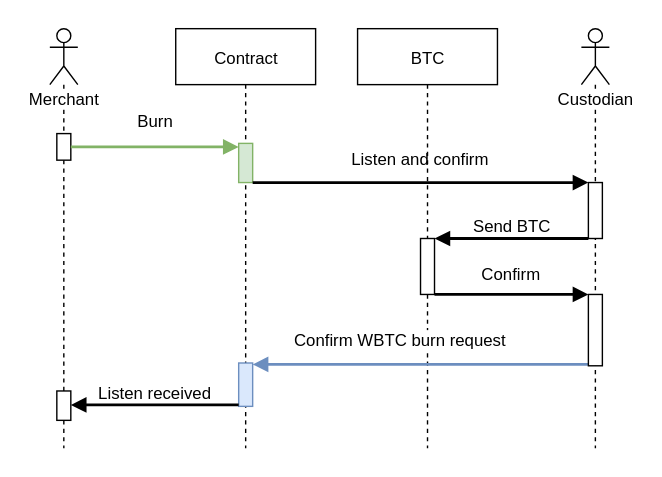
The draw.io diagram res/wbtc-burn-flow.svg in SegueII/wbtc-share, before a commit. Source tidied: cells renumbered, new cells last; positions are measured from the earlier drawing's top-left corner, leaving out a move shared by most shapes. Its diagram source:
```xml
<mxGraphModel background="#ffffff">
  <root>
    <mxCell id="0" />
    <mxCell id="1" parent="0" />
    <mxCell id="2" value="Contract" style="html=1;perimeter=orthogonalPerimeter;shape=umlLifeline;participant=label;fontFamily=Helvetica;fontSize=12;fontColor=#000000;align=center;strokeColor=#000000;strokeWidth=1;fillColor=#ffffff;" parent="1" vertex="1">
      <mxGeometry x="90" width="100" height="300" as="geometry" />
    </mxCell>
    <mxCell id="3" style="html=1;points=[];perimeter=orthogonalPerimeter;strokeWidth=1;fillColor=#d5e8d4;fontSize=12;strokeColor=#82b366;" parent="2" vertex="1">
      <mxGeometry x="45" y="82" width="10" height="28" as="geometry" />
    </mxCell>
    <mxCell id="4" style="html=1;points=[];perimeter=orthogonalPerimeter;strokeWidth=1;fillColor=#dae8fc;fontSize=12;strokeColor=#6c8ebf;" parent="2" vertex="1">
      <mxGeometry x="45" y="239" width="10" height="31" as="geometry" />
    </mxCell>
    <mxCell id="5" value="Merchant" style="shape=umlLifeline;participant=umlActor;perimeter=lifelinePerimeter;whiteSpace=wrap;html=1;verticalAlign=top;spacingTop=36;labelBackgroundColor=#ffffff;strokeWidth=1;fontSize=12;" parent="1" vertex="1">
      <mxGeometry width="20" height="300" as="geometry" />
    </mxCell>
    <mxCell id="6" style="html=1;points=[];perimeter=orthogonalPerimeter;strokeWidth=1;fillColor=#ffffff;fontSize=12;" parent="5" vertex="1">
      <mxGeometry x="5" y="75" width="10" height="19" as="geometry" />
    </mxCell>
    <mxCell id="7" style="html=1;perimeter=orthogonalPerimeter;strokeWidth=1;fillColor=#ffffff;fontSize=12;" parent="5" vertex="1">
      <mxGeometry x="5" y="259" width="10" height="21" as="geometry" />
    </mxCell>
    <mxCell id="8" value="Custodian" style="shape=umlLifeline;participant=umlActor;perimeter=lifelinePerimeter;whiteSpace=wrap;html=1;verticalAlign=top;spacingTop=36;labelBackgroundColor=#ffffff;strokeWidth=1;fontSize=12;" parent="1" vertex="1">
      <mxGeometry x="380" width="20" height="300" as="geometry" />
    </mxCell>
    <mxCell id="9" style="html=1;points=[];perimeter=orthogonalPerimeter;strokeWidth=1;fillColor=#ffffff;fontSize=12;" parent="8" vertex="1">
      <mxGeometry x="5" y="110" width="10" height="40" as="geometry" />
    </mxCell>
    <mxCell id="10" value="Burn" style="html=1;verticalAlign=bottom;endArrow=block;fontSize=12;fillColor=#d5e8d4;strokeColor=#82b366;strokeWidth=2;" parent="1" edge="1" source="6" target="3">
      <mxGeometry y="11" relative="1" as="geometry">
        <mxPoint y="1" as="offset" />
      </mxGeometry>
    </mxCell>
    <mxCell id="11" value="Listen and confirm" style="html=1;verticalAlign=bottom;endArrow=block;fontSize=12;strokeWidth=2;" parent="1" edge="1" source="3" target="9">
      <mxGeometry y="8" relative="1" as="geometry" />
    </mxCell>
    <mxCell id="12" value="BTC" style="shape=umlLifeline;perimeter=lifelinePerimeter;whiteSpace=wrap;html=1;strokeWidth=1;fillColor=none;fontSize=12;" parent="1" vertex="1">
      <mxGeometry x="220" width="100" height="300" as="geometry" />
    </mxCell>
    <mxCell id="13" style="html=1;points=[];perimeter=orthogonalPerimeter;strokeWidth=1;fillColor=#ffffff;fontSize=12;" parent="12" vertex="1">
      <mxGeometry x="45" y="150" width="10" height="40" as="geometry" />
    </mxCell>
    <mxCell id="14" value="Send BTC" style="html=1;verticalAlign=bottom;endArrow=block;fontSize=12;strokeWidth=2;" parent="1" edge="1" source="9" target="13">
      <mxGeometry relative="1" as="geometry">
        <Array as="points">
          <mxPoint x="320" y="150" />
        </Array>
      </mxGeometry>
    </mxCell>
    <mxCell id="15" value="Confirm WBTC burn&amp;nbsp;request" style="html=1;verticalAlign=bottom;endArrow=block;fontSize=12;fillColor=#dae8fc;strokeColor=#6c8ebf;strokeWidth=2;" parent="1" edge="1" source="16" target="4">
      <mxGeometry x="0.12" y="-9" relative="1" as="geometry">
        <Array as="points">
          <mxPoint x="270" y="240" />
        </Array>
      </mxGeometry>
    </mxCell>
    <mxCell id="16" style="html=1;points=[];perimeter=orthogonalPerimeter;strokeWidth=1;fillColor=#ffffff;fontSize=12;" parent="1" vertex="1">
      <mxGeometry x="385" y="190" width="10" height="51" as="geometry" />
    </mxCell>
    <mxCell id="17" value="Confirm" style="html=1;verticalAlign=bottom;endArrow=block;fontSize=12;strokeWidth=2;" parent="1" edge="1" source="13" target="16">
      <mxGeometry y="6" relative="1" as="geometry" />
    </mxCell>
    <mxCell id="18" value="Listen received" style="html=1;verticalAlign=bottom;endArrow=block;fontSize=12;strokeWidth=2;" parent="1" edge="1">
      <mxGeometry relative="1" as="geometry">
        <mxPoint x="135" y="269" as="sourcePoint" />
        <mxPoint x="15" y="269" as="targetPoint" />
        <Array as="points">
          <mxPoint x="80" y="269" />
        </Array>
      </mxGeometry>
    </mxCell>
  </root>
</mxGraphModel>
```
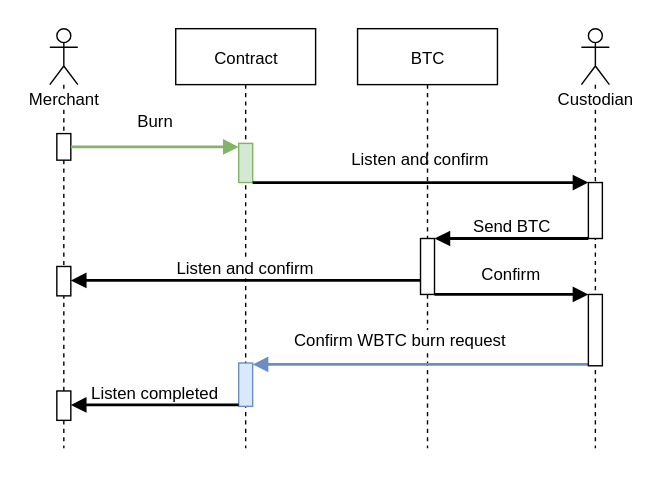
The same diagram one commit later.

The edit, as a diff of the source:
```diff
@@ -20,6 +20,9 @@
     <mxCell id="7" style="html=1;perimeter=orthogonalPerimeter;strokeWidth=1;fillColor=#ffffff;fontSize=12;" parent="5" vertex="1">
       <mxGeometry x="5" y="259" width="10" height="21" as="geometry" />
     </mxCell>
+    <mxCell id="19" style="html=1;points=[];perimeter=orthogonalPerimeter;strokeWidth=1;fillColor=#ffffff;fontSize=12;" parent="5" vertex="1">
+      <mxGeometry x="5" y="170" width="10" height="21" as="geometry" />
+    </mxCell>
     <mxCell id="8" value="Custodian" style="shape=umlLifeline;participant=umlActor;perimeter=lifelinePerimeter;whiteSpace=wrap;html=1;verticalAlign=top;spacingTop=36;labelBackgroundColor=#ffffff;strokeWidth=1;fontSize=12;" parent="1" vertex="1">
       <mxGeometry x="380" width="20" height="300" as="geometry" />
     </mxCell>
@@ -60,14 +63,18 @@
     <mxCell id="17" value="Confirm" style="html=1;verticalAlign=bottom;endArrow=block;fontSize=12;strokeWidth=2;" parent="1" edge="1" source="13" target="16">
       <mxGeometry y="6" relative="1" as="geometry" />
     </mxCell>
-    <mxCell id="18" value="Listen received" style="html=1;verticalAlign=bottom;endArrow=block;fontSize=12;strokeWidth=2;" parent="1" edge="1">
+    <mxCell id="18" value="Listen completed" style="html=1;verticalAlign=bottom;endArrow=block;fontSize=12;strokeWidth=2;" parent="1" edge="1">
       <mxGeometry relative="1" as="geometry">
         <mxPoint x="135" y="269" as="sourcePoint" />
         <mxPoint x="15" y="269" as="targetPoint" />
-        <Array as="points">
-          <mxPoint x="80" y="269" />
-        </Array>
       </mxGeometry>
     </mxCell>
+    <mxCell id="20" value="Listen and confirm" style="html=1;verticalAlign=bottom;endArrow=block;fontSize=12;strokeWidth=2;" parent="1" edge="1" source="13" target="19">
+      <mxGeometry relative="1" as="geometry">
+        <Array as="points">
+          <mxPoint x="170" y="180" />
+        </Array>
+      </mxGeometry>
+    </mxCell>
   </root>
 </mxGraphModel>
```
